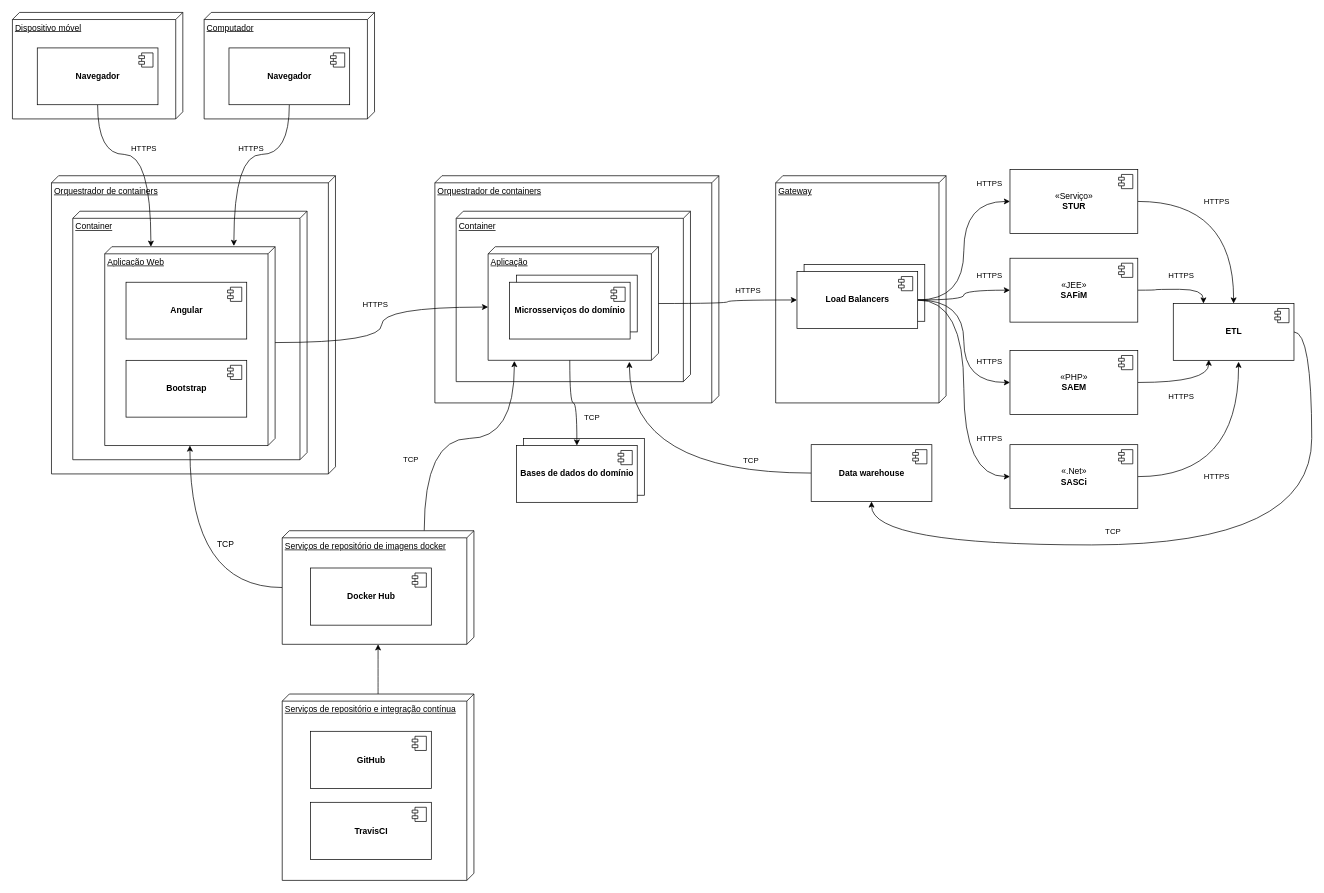
Before: diagrama-de-implantacao.drawio in sgm-poc/sgm-diagramas, a draw.io diagram. Source tidied: cells renumbered, new cells numbered last; positions are measured from the earlier drawing's top-left corner, leaving out a move shared by most shapes. Both pictures are drawn from the tidied source at 71%, with x=0, y=0 at pixel (12, 12).
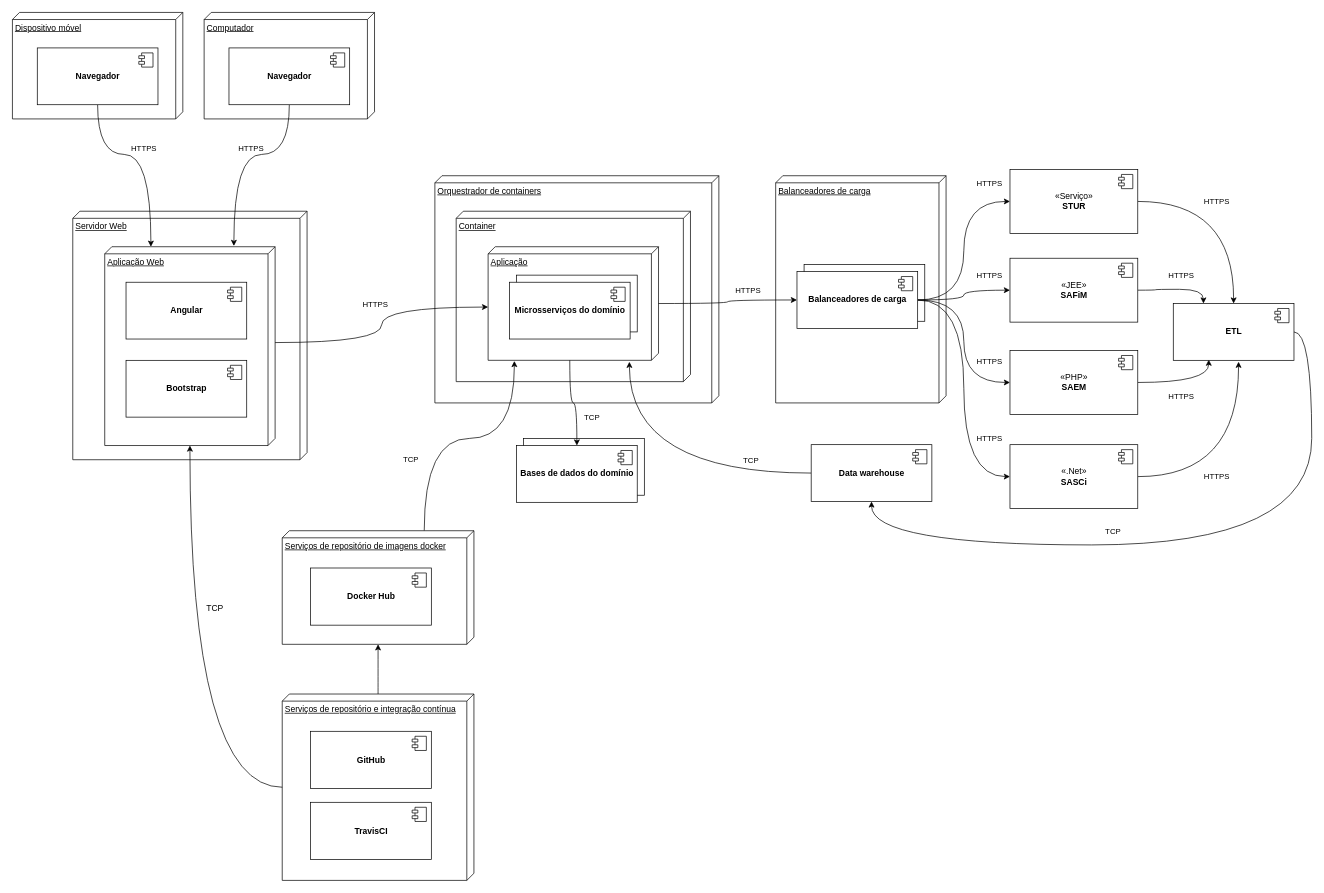
The same diagram, later.

Unchanged cells that the change refers to:
```xml
<mxCell id="3" value="Serviços de repositório e integração contínua" style="verticalAlign=top;align=left;spacingTop=8;spacingLeft=2;spacingRight=12;shape=cube;size=10;direction=south;fontStyle=4;html=1;" parent="1" vertex="1">
  <mxGeometry x="380" y="960" width="270" height="262.5" as="geometry" />
</mxCell>
<mxCell id="15" value="Aplicação Web" style="verticalAlign=top;align=left;spacingTop=8;spacingLeft=2;spacingRight=12;shape=cube;size=10;direction=south;fontStyle=4;html=1;" parent="1" vertex="1">
  <mxGeometry x="130" y="330" width="240" height="280" as="geometry" />
</mxCell>
<mxCell id="79" value="Serviços de repositório de imagens docker" style="verticalAlign=top;align=left;spacingTop=8;spacingLeft=2;spacingRight=12;shape=cube;size=10;direction=south;fontStyle=4;html=1;" parent="1" vertex="1">
  <mxGeometry x="380" y="730" width="270" height="160" as="geometry" />
</mxCell>
```

What changed in the source:
```diff
@@
-    <mxCell id="4" value="Orquestrador de containers" style="verticalAlign=top;align=left;spacingTop=8;spacingLeft=2;spacingRight=12;shape=cube;size=10;direction=south;fontStyle=4;html=1;" parent="1" vertex="1">
-      <mxGeometry x="55" y="230" width="400" height="420" as="geometry" />
-    </mxCell>
-    <mxCell id="5" value="Container" style="verticalAlign=top;align=left;spacingTop=8;spacingLeft=2;spacingRight=12;shape=cube;size=10;direction=south;fontStyle=4;html=1;" parent="1" vertex="1">
+    <mxCell id="5" value="Servidor Web" style="verticalAlign=top;align=left;spacingTop=8;spacingLeft=2;spacingRight=12;shape=cube;size=10;direction=south;fontStyle=4;html=1;" parent="1" vertex="1">
       <mxGeometry x="85" y="280" width="330" height="350" as="geometry" />
     </mxCell>
@@
-    <mxCell id="23" value="Gateway" style="verticalAlign=top;align=left;spacingTop=8;spacingLeft=2;spacingRight=12;shape=cube;size=10;direction=south;fontStyle=4;html=1;" parent="1" vertex="1">
+    <mxCell id="23" value="Balanceadores de carga" style="verticalAlign=top;align=left;spacingTop=8;spacingLeft=2;spacingRight=12;shape=cube;size=10;direction=south;fontStyle=4;html=1;" parent="1" vertex="1">
       <mxGeometry x="1075" y="230" width="240" height="320" as="geometry" />
     </mxCell>
@@
-    <mxCell id="36" value="&lt;b&gt;Load Balancers&lt;/b&gt;" style="html=1;" parent="1" vertex="1">
+    <mxCell id="36" value="&lt;b&gt;Balanceadores de carga&lt;/b&gt;" style="html=1;" parent="1" vertex="1">
       <mxGeometry x="1105" y="365" width="170" height="80" as="geometry" />
     </mxCell>
@@
-    <mxCell id="76" style="edgeStyle=orthogonalEdgeStyle;curved=1;rounded=0;jettySize=auto;html=1;" parent="1" edge="1" source="79" target="15">
+    <mxCell id="76" style="edgeStyle=orthogonalEdgeStyle;curved=1;rounded=0;jettySize=auto;html=1;" parent="1" edge="1" source="3" target="15">
       <mxGeometry relative="1" as="geometry" />
     </mxCell>
@@
     <mxCell id="82" value="TCP" style="text;html=1;align=center;verticalAlign=middle;" parent="1" vertex="1">
-      <mxGeometry x="280" y="740" width="40" height="20" as="geometry" />
+      <mxGeometry x="265" y="830" width="40" height="20" as="geometry" />
     </mxCell>
```
